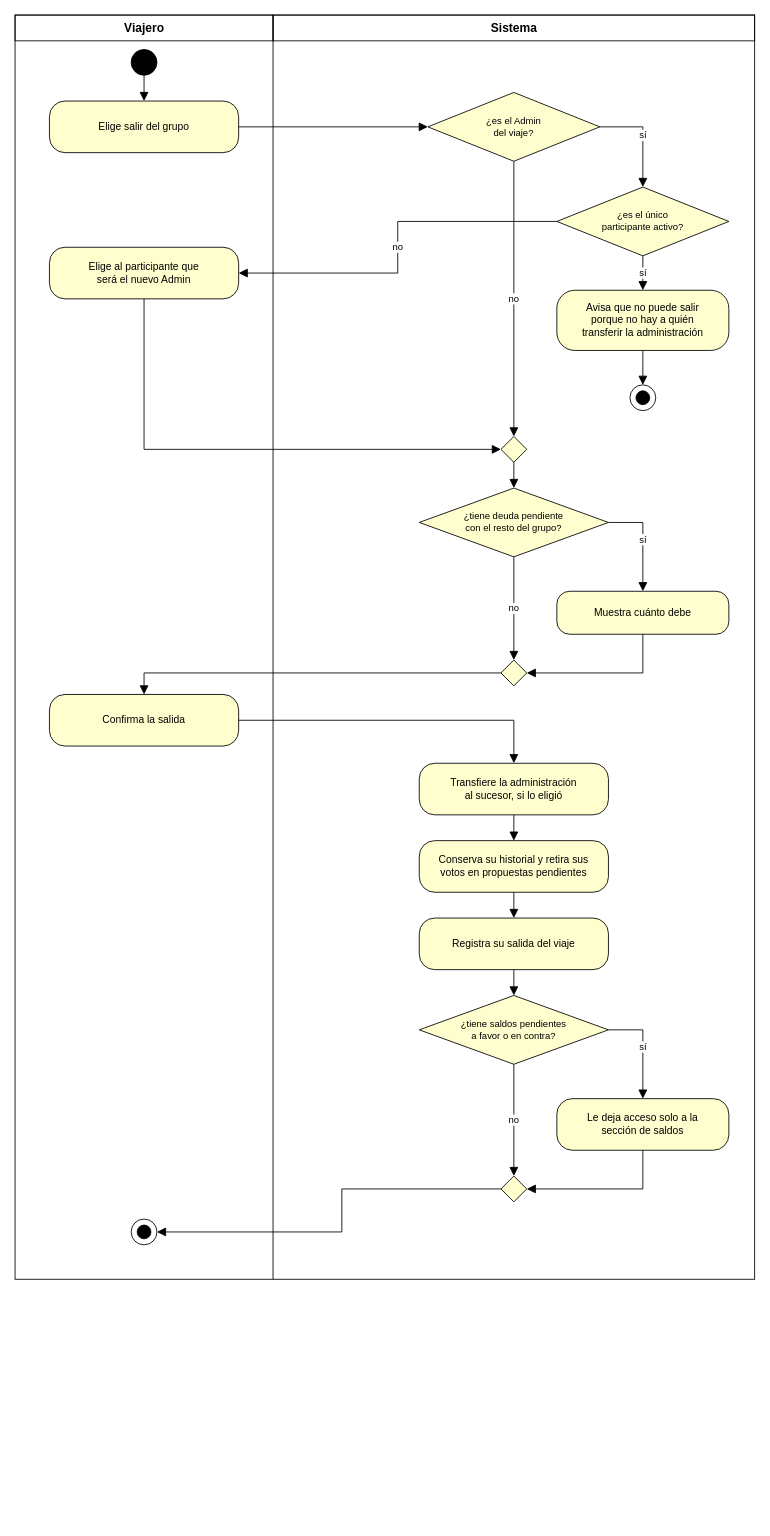
Earlier version of the draw.io diagram page "Saliendo del grupo" (8 of 11) of docs/diagramas.drawio (tomashsieh7/organizacion_viajes). Source tidied: cells renumbered, new cells numbered last; positions are measured from the earlier drawing's top-left corner, leaving out a move shared by most shapes. Both pictures are drawn from the tidied source at 86%, with x=0, y=0 at pixel (15, 15).
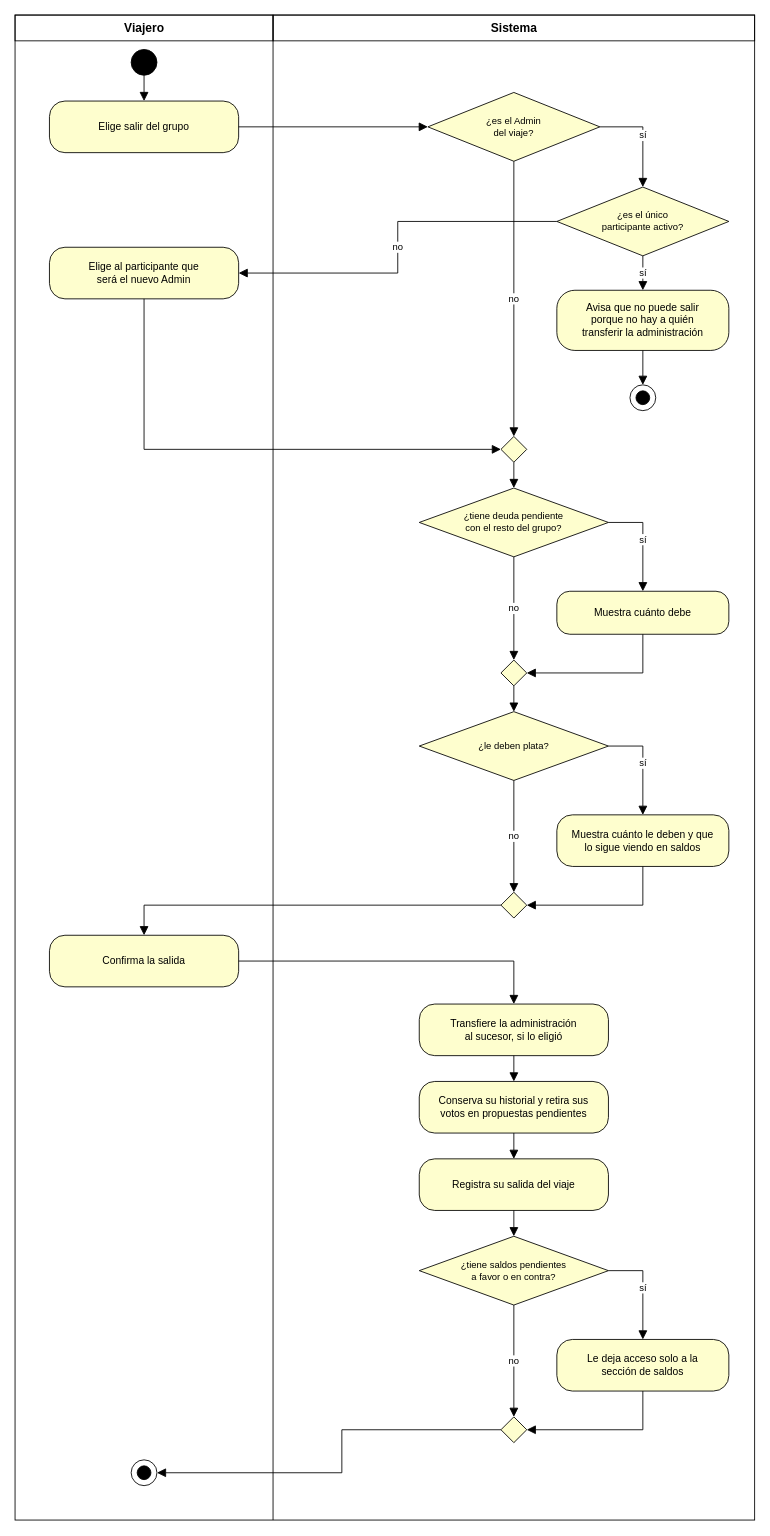
Above is the later version.

Commit message (it also covers changes not shown here):
Salir y eliminar: saldos al día al salir y lista actualizada si se pierde la respuesta

Unchanged cells that the change refers to:
```xml
<mxCell id="17" style="rhombus;whiteSpace=wrap;html=1;fillColor=#FEFECE;strokeColor=light-dark(#000000,#FFFFFF);fontSize=11;" parent="1" vertex="1">
  <mxGeometry x="565" y="750" width="30" height="30" as="geometry" />
</mxCell>
```

What changed in the source:
```diff
@@
     <mxCell id="2" style="rounded=0;whiteSpace=wrap;html=1;fillColor=none;strokeColor=light-dark(#000000,#FFFFFF);" parent="1" vertex="1">
-      <mxGeometry width="860" height="1470" as="geometry" />
+      <mxGeometry width="860" height="1750" as="geometry" />
     </mxCell>
@@
     <mxCell id="5" style="endArrow=none;html=1;strokeColor=light-dark(#000000,#FFFFFF);" parent="1" edge="1">
       <mxGeometry relative="1" as="geometry">
         <mxPoint x="300" as="sourcePoint" />
-        <mxPoint x="300" y="1470" as="targetPoint" />
+        <mxPoint x="300" y="1750" as="targetPoint" />
       </mxGeometry>
     </mxCell>
@@
     <mxCell id="18" value="Confirma la salida" style="rounded=1;whiteSpace=wrap;html=1;fillColor=#FEFECE;strokeColor=light-dark(#000000,#FFFFFF);arcSize=30;fontSize=12;" parent="1" vertex="1">
-      <mxGeometry x="40" y="790" width="220" height="60" as="geometry" />
+      <mxGeometry x="40" y="1070" width="220" height="60" as="geometry" />
     </mxCell>
     <mxCell id="19" value="Transfiere la administración&lt;br&gt;al sucesor, si lo eligió" style="rounded=1;whiteSpace=wrap;html=1;fillColor=#FEFECE;strokeColor=light-dark(#000000,#FFFFFF);arcSize=30;fontSize=12;" parent="1" vertex="1">
-      <mxGeometry x="470" y="870" width="220" height="60" as="geometry" />
+      <mxGeometry x="470" y="1150" width="220" height="60" as="geometry" />
     </mxCell>
     <mxCell id="20" value="Conserva su historial y retira sus&lt;br&gt;votos en propuestas pendientes" style="rounded=1;whiteSpace=wrap;html=1;fillColor=#FEFECE;strokeColor=light-dark(#000000,#FFFFFF);arcSize=30;fontSize=12;" parent="1" vertex="1">
-      <mxGeometry x="470" y="960" width="220" height="60" as="geometry" />
+      <mxGeometry x="470" y="1240" width="220" height="60" as="geometry" />
     </mxCell>
     <mxCell id="21" value="Registra su salida del viaje" style="rounded=1;whiteSpace=wrap;html=1;fillColor=#FEFECE;strokeColor=light-dark(#000000,#FFFFFF);arcSize=30;fontSize=12;" parent="1" vertex="1">
-      <mxGeometry x="470" y="1050" width="220" height="60" as="geometry" />
+      <mxGeometry x="470" y="1330" width="220" height="60" as="geometry" />
     </mxCell>
     <mxCell id="22" value="¿tiene saldos pendientes&lt;br&gt;a favor o en contra?" style="rhombus;whiteSpace=wrap;html=1;fillColor=#FEFECE;strokeColor=light-dark(#000000,#FFFFFF);fontSize=11;" parent="1" vertex="1">
-      <mxGeometry x="470" y="1140" width="220" height="80" as="geometry" />
+      <mxGeometry x="470" y="1420" width="220" height="80" as="geometry" />
     </mxCell>
     <mxCell id="23" value="Le deja acceso solo a la&lt;br&gt;sección de saldos" style="rounded=1;whiteSpace=wrap;html=1;fillColor=#FEFECE;strokeColor=light-dark(#000000,#FFFFFF);arcSize=30;fontSize=12;" parent="1" vertex="1">
-      <mxGeometry x="630" y="1260" width="200" height="60" as="geometry" />
+      <mxGeometry x="630" y="1540" width="200" height="60" as="geometry" />
     </mxCell>
     <mxCell id="24" style="rhombus;whiteSpace=wrap;html=1;fillColor=#FEFECE;strokeColor=light-dark(#000000,#FFFFFF);fontSize=11;" parent="1" vertex="1">
-      <mxGeometry x="565" y="1350" width="30" height="30" as="geometry" />
+      <mxGeometry x="565" y="1630" width="30" height="30" as="geometry" />
     </mxCell>
     <mxCell id="25" style="ellipse;whiteSpace=wrap;html=1;fillColor=#FFFFFF;strokeColor=light-dark(#000000,#FFFFFF);" parent="1" vertex="1">
-      <mxGeometry x="135" y="1400" width="30" height="30" as="geometry" />
+      <mxGeometry x="135" y="1680" width="30" height="30" as="geometry" />
     </mxCell>
     <mxCell id="26" style="ellipse;whiteSpace=wrap;html=1;fillColor=#000000;strokeColor=light-dark(#000000,#FFFFFF);" parent="1" vertex="1">
-      <mxGeometry x="142" y="1407" width="16" height="16" as="geometry" />
+      <mxGeometry x="142" y="1687" width="16" height="16" as="geometry" />
     </mxCell>
@@
-    <mxCell id="39" style="endArrow=block;html=1;strokeColor=light-dark(#000000,#FFFFFF);fontSize=11;rounded=0;endSize=8;edgeStyle=orthogonalEdgeStyle;exitX=0;exitY=0.5;exitDx=0;exitDy=0;entryX=0.5;entryY=0;entryDx=0;entryDy=0;" parent="1" edge="1" source="17" target="18">
-      <mxGeometry relative="1" as="geometry">
-        <Array as="points">
-          <mxPoint x="150" y="765" />
-        </Array>
-      </mxGeometry>
+    <mxCell id="39" style="endArrow=block;html=1;strokeColor=light-dark(#000000,#FFFFFF);fontSize=11;rounded=0;endSize=8;edgeStyle=orthogonalEdgeStyle;exitX=0.5;exitY=1;exitDx=0;exitDy=0;entryX=0.5;entryY=0;entryDx=0;entryDy=0;" parent="1" edge="1" source="17" target="48">
+      <mxGeometry relative="1" as="geometry" />
     </mxCell>
     <mxCell id="40" style="endArrow=block;html=1;strokeColor=light-dark(#000000,#FFFFFF);fontSize=11;rounded=0;endSize=8;edgeStyle=orthogonalEdgeStyle;exitX=1;exitY=0.5;exitDx=0;exitDy=0;entryX=0.5;entryY=0;entryDx=0;entryDy=0;" parent="1" edge="1" source="18" target="19">
       <mxGeometry relative="1" as="geometry">
         <Array as="points">
-          <mxPoint x="580" y="820" />
+          <mxPoint x="580" y="1100" />
         </Array>
       </mxGeometry>
     </mxCell>
@@
     <mxCell id="44" value="sí" style="endArrow=block;html=1;strokeColor=light-dark(#000000,#FFFFFF);fontSize=11;rounded=0;endSize=8;edgeStyle=orthogonalEdgeStyle;exitX=1;exitY=0.5;exitDx=0;exitDy=0;entryX=0.5;entryY=0;entryDx=0;entryDy=0;" parent="1" edge="1" source="22" target="23">
       <mxGeometry relative="1" as="geometry">
         <Array as="points">
-          <mxPoint x="730" y="1180" />
+          <mxPoint x="730" y="1460" />
         </Array>
       </mxGeometry>
     </mxCell>
@@
     <mxCell id="46" style="endArrow=block;html=1;strokeColor=light-dark(#000000,#FFFFFF);fontSize=11;rounded=0;endSize=8;edgeStyle=orthogonalEdgeStyle;exitX=0.5;exitY=1;exitDx=0;exitDy=0;entryX=1;entryY=0.5;entryDx=0;entryDy=0;" parent="1" edge="1" source="23" target="24">
       <mxGeometry relative="1" as="geometry">
         <Array as="points">
-          <mxPoint x="730" y="1365" />
+          <mxPoint x="730" y="1645" />
         </Array>
       </mxGeometry>
     </mxCell>
     <mxCell id="47" style="endArrow=block;html=1;strokeColor=light-dark(#000000,#FFFFFF);fontSize=11;rounded=0;endSize=8;edgeStyle=orthogonalEdgeStyle;exitX=0;exitY=0.5;exitDx=0;exitDy=0;entryX=1;entryY=0.5;entryDx=0;entryDy=0;" parent="1" edge="1" source="24" target="25">
       <mxGeometry relative="1" as="geometry">
         <Array as="points">
-          <mxPoint x="380" y="1365" />
-          <mxPoint x="380" y="1415" />
+          <mxPoint x="380" y="1645" />
+          <mxPoint x="380" y="1695" />
         </Array>
       </mxGeometry>
     </mxCell>
+    <mxCell id="48" value="¿le deben plata?" style="rhombus;whiteSpace=wrap;html=1;fillColor=#FEFECE;strokeColor=light-dark(#000000,#FFFFFF);fontSize=11;" parent="1" vertex="1">
+      <mxGeometry x="470" y="810" width="220" height="80" as="geometry" />
+    </mxCell>
+    <mxCell id="49" value="Muestra cuánto le deben y que&lt;br&gt;lo sigue viendo en saldos" style="rounded=1;whiteSpace=wrap;html=1;fillColor=#FEFECE;strokeColor=light-dark(#000000,#FFFFFF);arcSize=30;fontSize=12;" parent="1" vertex="1">
+      <mxGeometry x="630" y="930" width="200" height="60" as="geometry" />
+    </mxCell>
+    <mxCell id="50" style="rhombus;whiteSpace=wrap;html=1;fillColor=#FEFECE;strokeColor=light-dark(#000000,#FFFFFF);fontSize=11;" parent="1" vertex="1">
+      <mxGeometry x="565" y="1020" width="30" height="30" as="geometry" />
+    </mxCell>
+    <mxCell id="51" value="sí" style="endArrow=block;html=1;strokeColor=light-dark(#000000,#FFFFFF);fontSize=11;rounded=0;endSize=8;edgeStyle=orthogonalEdgeStyle;exitX=1;exitY=0.5;exitDx=0;exitDy=0;entryX=0.5;entryY=0;entryDx=0;entryDy=0;" parent="1" edge="1" source="48" target="49">
+      <mxGeometry relative="1" as="geometry">
+        <Array as="points">
+          <mxPoint x="730" y="850" />
+        </Array>
+      </mxGeometry>
+    </mxCell>
+    <mxCell id="52" value="no" style="endArrow=block;html=1;strokeColor=light-dark(#000000,#FFFFFF);fontSize=11;rounded=0;endSize=8;edgeStyle=orthogonalEdgeStyle;exitX=0.5;exitY=1;exitDx=0;exitDy=0;entryX=0.5;entryY=0;entryDx=0;entryDy=0;" parent="1" edge="1" source="48" target="50">
+      <mxGeometry relative="1" as="geometry" />
+    </mxCell>
+    <mxCell id="53" style="endArrow=block;html=1;strokeColor=light-dark(#000000,#FFFFFF);fontSize=11;rounded=0;endSize=8;edgeStyle=orthogonalEdgeStyle;exitX=0.5;exitY=1;exitDx=0;exitDy=0;entryX=1;entryY=0.5;entryDx=0;entryDy=0;" parent="1" edge="1" source="49" target="50">
+      <mxGeometry relative="1" as="geometry">
+        <Array as="points">
+          <mxPoint x="730" y="1035" />
+        </Array>
+      </mxGeometry>
+    </mxCell>
+    <mxCell id="54" style="endArrow=block;html=1;strokeColor=light-dark(#000000,#FFFFFF);fontSize=11;rounded=0;endSize=8;edgeStyle=orthogonalEdgeStyle;exitX=0;exitY=0.5;exitDx=0;exitDy=0;entryX=0.5;entryY=0;entryDx=0;entryDy=0;" parent="1" edge="1" source="50" target="18">
+      <mxGeometry relative="1" as="geometry">
+        <Array as="points">
+          <mxPoint x="150" y="1035" />
+        </Array>
+      </mxGeometry>
+    </mxCell>
```
